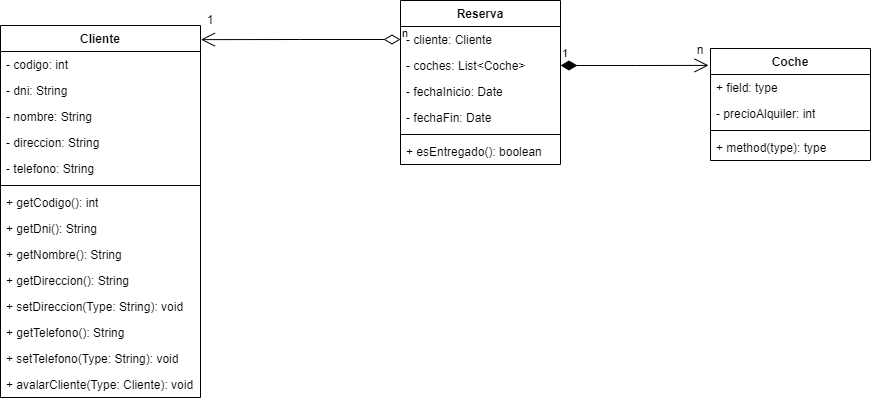
Earlier version of the draw.io export unidad-4/Class-Diagram-Maxi/automoviles-maxi.png (mackstm/ets). Source tidied: cells renumbered, new cells last; positions are measured from the earlier drawing's top-left corner, leaving out a move shared by most shapes.
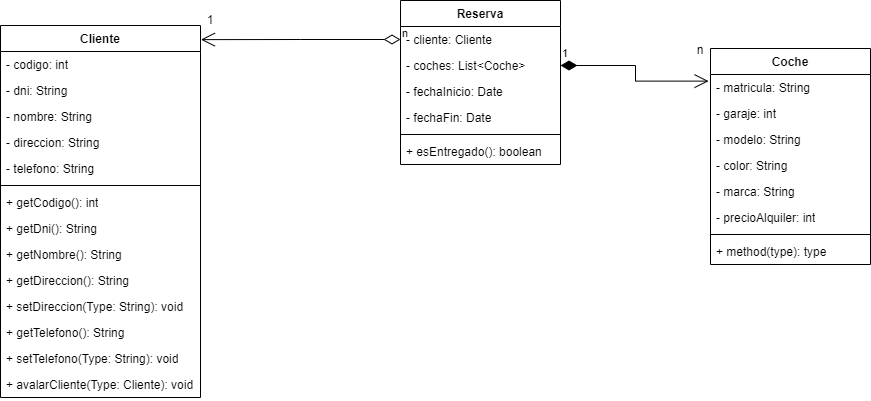
Later version of the same file.

The edit, as a diff of the source:
```diff
@@ -69,19 +69,31 @@
       <mxGeometry y="138" width="160" height="26" as="geometry" />
     </mxCell>
     <mxCell id="24" value="Coche" style="swimlane;fontStyle=1;align=center;verticalAlign=top;horizontal=1;startSize=26;whiteSpace=wrap;html=1;" parent="1" vertex="1">
-      <mxGeometry x="710" y="48" width="160" height="112" as="geometry" />
+      <mxGeometry x="710" y="48" width="160" height="216" as="geometry" />
     </mxCell>
+    <mxCell id="33" value="- matricula: String" style="text;strokeColor=none;fillColor=none;align=left;verticalAlign=top;spacingLeft=4;spacingRight=4;overflow=hidden;whiteSpace=wrap;html=1;" parent="24" vertex="1">
+      <mxGeometry y="26" width="160" height="26" as="geometry" />
+    </mxCell>
-    <mxCell id="25" value="+ field: type" style="text;strokeColor=none;fillColor=none;align=left;verticalAlign=top;spacingLeft=4;spacingRight=4;overflow=hidden;whiteSpace=wrap;html=1;" parent="24" vertex="1">
-      <mxGeometry y="26" width="160" height="26" as="geometry" />
+    <mxCell id="25" value="- garaje: int" style="text;strokeColor=none;fillColor=none;align=left;verticalAlign=top;spacingLeft=4;spacingRight=4;overflow=hidden;whiteSpace=wrap;html=1;" parent="24" vertex="1">
+      <mxGeometry y="52" width="160" height="26" as="geometry" />
     </mxCell>
+    <mxCell id="34" value="- modelo: String" style="text;strokeColor=none;fillColor=none;align=left;verticalAlign=top;spacingLeft=4;spacingRight=4;overflow=hidden;whiteSpace=wrap;html=1;" parent="24" vertex="1">
+      <mxGeometry y="78" width="160" height="26" as="geometry" />
+    </mxCell>
+    <mxCell id="35" value="- color: String" style="text;strokeColor=none;fillColor=none;align=left;verticalAlign=top;spacingLeft=4;spacingRight=4;overflow=hidden;whiteSpace=wrap;html=1;" parent="24" vertex="1">
+      <mxGeometry y="104" width="160" height="26" as="geometry" />
+    </mxCell>
+    <mxCell id="36" value="- marca: String" style="text;strokeColor=none;fillColor=none;align=left;verticalAlign=top;spacingLeft=4;spacingRight=4;overflow=hidden;whiteSpace=wrap;html=1;" parent="24" vertex="1">
+      <mxGeometry y="130" width="160" height="26" as="geometry" />
+    </mxCell>
     <mxCell id="26" value="- precioAlquiler: int" style="text;strokeColor=none;fillColor=none;align=left;verticalAlign=top;spacingLeft=4;spacingRight=4;overflow=hidden;whiteSpace=wrap;html=1;" parent="24" vertex="1">
-      <mxGeometry y="52" width="160" height="26" as="geometry" />
+      <mxGeometry y="156" width="160" height="26" as="geometry" />
     </mxCell>
     <mxCell id="27" style="line;strokeWidth=1;fillColor=none;align=left;verticalAlign=middle;spacingTop=-1;spacingLeft=3;spacingRight=3;labelPosition=right;strokeColor=inherit;" parent="24" vertex="1">
-      <mxGeometry y="78" width="160" height="8" as="geometry" />
+      <mxGeometry y="182" width="160" height="8" as="geometry" />
     </mxCell>
     <mxCell id="28" value="+ method(type): type" style="text;strokeColor=none;fillColor=none;align=left;verticalAlign=top;spacingLeft=4;spacingRight=4;overflow=hidden;whiteSpace=wrap;html=1;" parent="24" vertex="1">
-      <mxGeometry y="86" width="160" height="26" as="geometry" />
+      <mxGeometry y="190" width="160" height="26" as="geometry" />
     </mxCell>
     <mxCell id="29" value="n" style="endArrow=open;html=1;endSize=12;startArrow=diamondThin;startSize=14;startFill=0;edgeStyle=orthogonalEdgeStyle;align=left;verticalAlign=bottom;rounded=0;exitX=0;exitY=0.5;exitDx=0;exitDy=0;entryX=1.002;entryY=0.038;entryDx=0;entryDy=0;entryPerimeter=0;" parent="1" edge="1" source="18" target="2">
       <mxGeometry x="-1" y="3" relative="1" as="geometry" />
```
